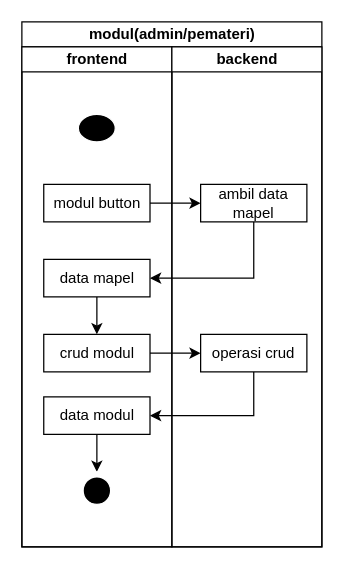
Above: activity/modul_admin_pemateri.drawio in fuatanshori/flowchart (draw.io), before the change. Source tidied: cells renumbered, new cells numbered last; positions are measured from the earlier drawing's top-left corner, leaving out a move shared by most shapes. Both pictures are drawn from the tidied source at 125%, with x=0, y=0 at pixel (21, 21).
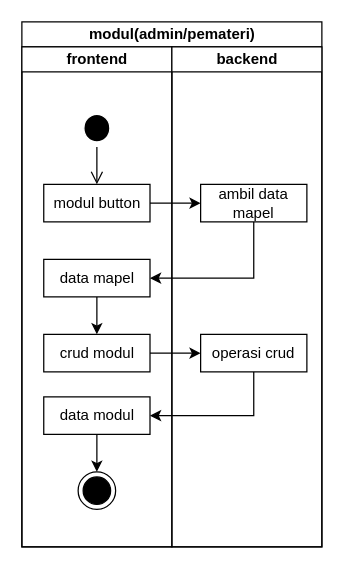
Above is the later version.

Unchanged cells that the change refers to:
```xml
<mxCell id="3" value="frontend" style="swimlane;startSize=20;html=1;" parent="2" vertex="1">
  <mxGeometry y="20" width="120" height="400" as="geometry" />
</mxCell>
```

Change to the diagram source:
```diff
@@
     <mxCell id="4" style="ellipse;html=1;shape=startState;fillColor=#000000;strokeColor=#FFFFFF;" parent="3" vertex="1">
-      <mxGeometry x="41.2" y="50" width="37.5" height="30" as="geometry" />
+      <mxGeometry x="45.6" y="50" width="28.8" height="30" as="geometry" />
     </mxCell>
-    <mxCell id="5" style="edgeStyle=orthogonalEdgeStyle;html=1;verticalAlign=bottom;endArrow=open;endSize=8;strokeColor=#FFFFFF;rounded=0;" parent="3" edge="1" source="4">
+    <mxCell id="5" style="edgeStyle=orthogonalEdgeStyle;html=1;verticalAlign=bottom;endArrow=open;endSize=8;strokeColor=#000000;rounded=0;" parent="3" edge="1" source="4">
       <mxGeometry relative="1" as="geometry">
         <mxPoint x="60" y="110" as="targetPoint" />
       </mxGeometry>
     </mxCell>
@@
-    <mxCell id="12" style="ellipse;html=1;shape=endState;fillColor=#000000;strokeColor=#ffffff;" parent="3" vertex="1">
+    <mxCell id="12" style="ellipse;html=1;shape=endState;fillColor=#000000;strokeColor=#000000;" parent="3" vertex="1">
       <mxGeometry x="45" y="340" width="30" height="30" as="geometry" />
     </mxCell>
```
